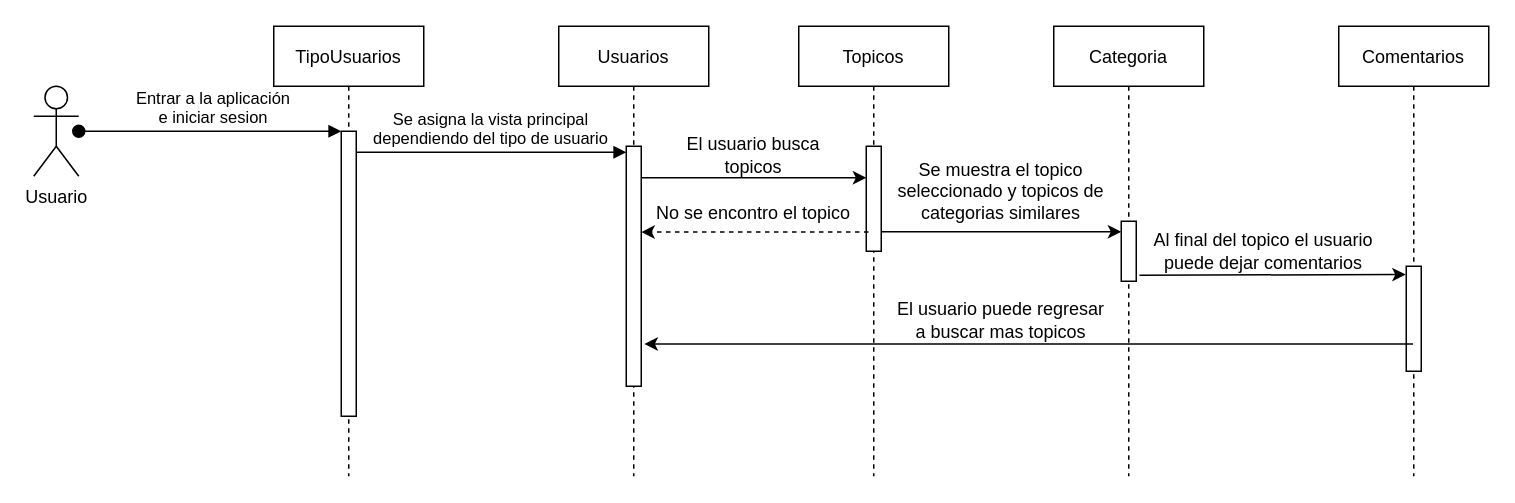
Carlos-Gallardoo/AnalisisAvanzadoDeSoftware keeps this draw.io diagram as diagrams/Ingles UML diagrama de secuencias 2.drawio. Above is the earlier version. Source tidied: cells renumbered, new cells numbered last; positions are measured from the earlier drawing's top-left corner, leaving out a move shared by most shapes. Both pictures are drawn from the tidied source at 150%, with x=0, y=0 at pixel (33, 26).
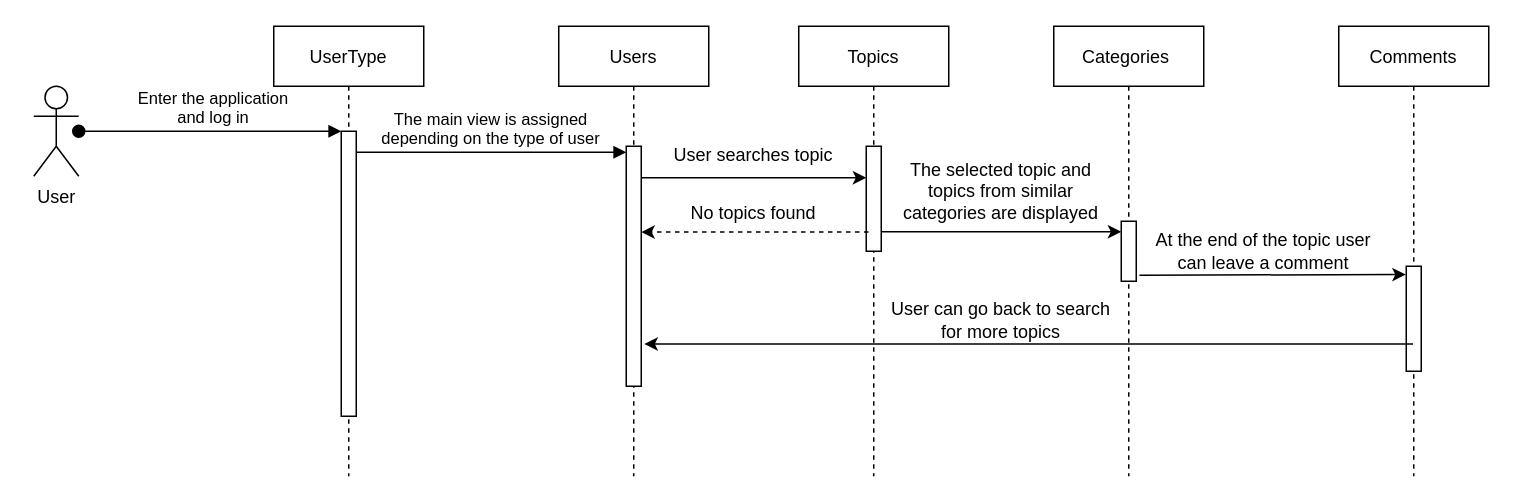
After the change.

Unchanged cells that the change refers to:
```xml
<mxCell id="3" style="points=[];perimeter=orthogonalPerimeter;rounded=0;shadow=0;strokeWidth=1;" parent="2" vertex="1">
  <mxGeometry x="45" y="70" width="10" height="190" as="geometry" />
</mxCell>
```

What changed in the source:
```diff
@@
-    <mxCell id="2" value="TipoUsuarios" style="shape=umlLifeline;perimeter=lifelinePerimeter;rounded=0;shadow=0;strokeWidth=1;" parent="1" vertex="1">
+    <mxCell id="2" value="UserType" style="shape=umlLifeline;perimeter=lifelinePerimeter;rounded=0;shadow=0;strokeWidth=1;" parent="1" vertex="1">
       <mxGeometry x="160" width="100" height="300" as="geometry" />
     </mxCell>
@@
-    <mxCell id="4" value="Usuarios" style="shape=umlLifeline;perimeter=lifelinePerimeter;rounded=0;shadow=0;strokeWidth=1;" parent="1" vertex="1">
+    <mxCell id="4" value="Users" style="shape=umlLifeline;perimeter=lifelinePerimeter;rounded=0;shadow=0;strokeWidth=1;" parent="1" vertex="1">
       <mxGeometry x="350" width="100" height="300" as="geometry" />
     </mxCell>
@@
-    <mxCell id="6" value="Se asigna la vista principal&#10;dependiendo del tipo de usuario" style="verticalAlign=bottom;endArrow=block;entryX=0;entryY=0;shadow=0;strokeWidth=1;" parent="1" edge="1">
+    <mxCell id="6" value="The main view is assigned&#10;depending on the type of user" style="verticalAlign=bottom;endArrow=block;entryX=0;entryY=0;shadow=0;strokeWidth=1;" parent="1" edge="1">
       <mxGeometry relative="1" as="geometry">
         <mxPoint x="215" y="84" as="sourcePoint" />
         <mxPoint x="395" y="84" as="targetPoint" />
       </mxGeometry>
     </mxCell>
-    <mxCell id="7" value="Usuario&lt;br&gt;" style="shape=umlActor;verticalLabelPosition=bottom;verticalAlign=top;html=1;" parent="1" vertex="1">
+    <mxCell id="7" value="User" style="shape=umlActor;verticalLabelPosition=bottom;verticalAlign=top;html=1;" parent="1" vertex="1">
       <mxGeometry y="40" width="30" height="60" as="geometry" />
     </mxCell>
-    <mxCell id="8" value="Topicos" style="shape=umlLifeline;perimeter=lifelinePerimeter;rounded=0;shadow=0;strokeWidth=1;" parent="1" vertex="1">
+    <mxCell id="8" value="Topics" style="shape=umlLifeline;perimeter=lifelinePerimeter;rounded=0;shadow=0;strokeWidth=1;" parent="1" vertex="1">
       <mxGeometry x="510" width="100" height="300" as="geometry" />
     </mxCell>
@@
-    <mxCell id="10" value="Categoria" style="shape=umlLifeline;perimeter=lifelinePerimeter;rounded=0;shadow=0;strokeWidth=1;" parent="1" vertex="1">
+    <mxCell id="10" value="Categories " style="shape=umlLifeline;perimeter=lifelinePerimeter;rounded=0;shadow=0;strokeWidth=1;" parent="1" vertex="1">
       <mxGeometry x="680" width="100" height="300" as="geometry" />
     </mxCell>
@@
-    <mxCell id="12" value="Comentarios" style="shape=umlLifeline;perimeter=lifelinePerimeter;rounded=0;shadow=0;strokeWidth=1;" parent="1" vertex="1">
+    <mxCell id="12" value="Comments" style="shape=umlLifeline;perimeter=lifelinePerimeter;rounded=0;shadow=0;strokeWidth=1;" parent="1" vertex="1">
       <mxGeometry x="870" width="100" height="300" as="geometry" />
     </mxCell>
@@
-    <mxCell id="14" value="Entrar a la aplicación &#10;e iniciar sesion" style="verticalAlign=bottom;startArrow=oval;endArrow=block;startSize=8;shadow=0;strokeWidth=1;" parent="1" edge="1" target="3">
+    <mxCell id="14" value="Enter the application&#10;and log in" style="verticalAlign=bottom;startArrow=oval;endArrow=block;startSize=8;shadow=0;strokeWidth=1;" parent="1" edge="1" target="3">
       <mxGeometry x="0.03" relative="1" as="geometry">
         <mxPoint x="30" y="70" as="sourcePoint" />
       </mxGeometry>
     </mxCell>
@@
-    <mxCell id="16" value="El usuario busca topicos" style="text;html=1;strokeColor=none;fillColor=none;align=center;verticalAlign=middle;whiteSpace=wrap;rounded=0;" parent="1" vertex="1">
+    <mxCell id="16" value="User searches topic" style="text;html=1;strokeColor=none;fillColor=none;align=center;verticalAlign=middle;whiteSpace=wrap;rounded=0;" parent="1" vertex="1">
       <mxGeometry x="420" y="76" width="120" height="20" as="geometry" />
     </mxCell>
@@
-    <mxCell id="18" value="No se encontro el topico" style="text;html=1;strokeColor=none;fillColor=none;align=center;verticalAlign=middle;whiteSpace=wrap;rounded=0;" parent="1" vertex="1">
+    <mxCell id="18" value="No topics found" style="text;html=1;strokeColor=none;fillColor=none;align=center;verticalAlign=middle;whiteSpace=wrap;rounded=0;" parent="1" vertex="1">
       <mxGeometry x="410" y="115" width="140" height="20" as="geometry" />
     </mxCell>
@@
-    <mxCell id="20" value="Se muestra el topico seleccionado y topicos de categorias similares" style="text;html=1;strokeColor=none;fillColor=none;align=center;verticalAlign=middle;whiteSpace=wrap;rounded=0;" parent="1" vertex="1">
+    <mxCell id="20" value="The selected topic and topics from similar categories are displayed" style="text;html=1;strokeColor=none;fillColor=none;align=center;verticalAlign=middle;whiteSpace=wrap;rounded=0;" parent="1" vertex="1">
       <mxGeometry x="570" y="100" width="150" height="20" as="geometry" />
     </mxCell>
@@
-    <mxCell id="22" value="Al final del topico el usuario puede dejar comentarios" style="text;html=1;strokeColor=none;fillColor=none;align=center;verticalAlign=middle;whiteSpace=wrap;rounded=0;" parent="1" vertex="1">
+    <mxCell id="22" value="At the end of the topic user can leave a comment" style="text;html=1;strokeColor=none;fillColor=none;align=center;verticalAlign=middle;whiteSpace=wrap;rounded=0;" parent="1" vertex="1">
       <mxGeometry x="740" y="140" width="160" height="20" as="geometry" />
     </mxCell>
@@
-    <mxCell id="24" value="El usuario puede regresar a buscar mas topicos" style="text;html=1;strokeColor=none;fillColor=none;align=center;verticalAlign=middle;whiteSpace=wrap;rounded=0;" parent="1" vertex="1">
+    <mxCell id="24" value="User can go back to search for more topics" style="text;html=1;strokeColor=none;fillColor=none;align=center;verticalAlign=middle;whiteSpace=wrap;rounded=0;" parent="1" vertex="1">
       <mxGeometry x="570" y="186" width="150" height="20" as="geometry" />
     </mxCell>
```
